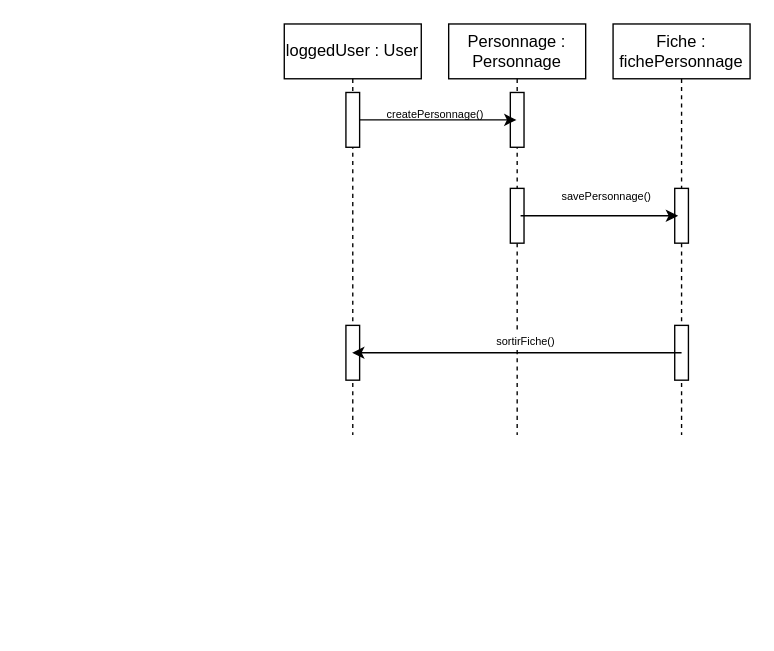
The draw.io diagram page "Sequence Diagram" (4 of 4) of coo_tp1_cas_utilisation.drawio in liestig/coo_ap5_tp, before the edit. Source tidied: cells renumbered, new cells numbered last; positions are measured from the earlier drawing's top-left corner, leaving out a move shared by most shapes. Both pictures are drawn from the tidied source at 137%, with x=0, y=0 at pixel (284, 23).
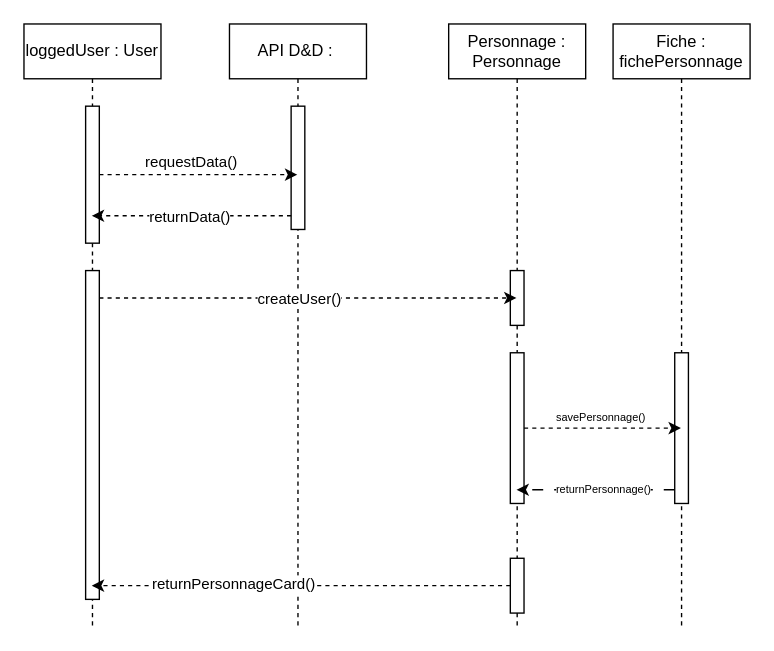
Above is the later version.

Diff of the diagram source:
```diff
@@
     <mxCell id="2" value="loggedUser : User" style="shape=umlLifeline;perimeter=lifelinePerimeter;whiteSpace=wrap;html=1;outlineConnect=0;portConstraint=eastwest;newEdgeStyle={&quot;edgeStyle&quot;:&quot;elbowEdgeStyle&quot;,&quot;elbow&quot;:&quot;vertical&quot;,&quot;curved&quot;:0,&quot;rounded&quot;:0};" parent="1" vertex="1">
-      <mxGeometry width="100" height="300" as="geometry" />
+      <mxGeometry x="-190" width="100" height="440" as="geometry" />
     </mxCell>
     <mxCell id="3" style="html=1;points=[[0,0,0,0,5],[0,1,0,0,-5],[1,0,0,0,5],[1,1,0,0,-5]];perimeter=orthogonalPerimeter;outlineConnect=0;targetShapes=umlLifeline;portConstraint=eastwest;newEdgeStyle={&quot;curved&quot;:0,&quot;rounded&quot;:0};" parent="2" vertex="1">
-      <mxGeometry x="45" y="50" width="10" height="40" as="geometry" />
+      <mxGeometry x="45" y="60" width="10" height="100" as="geometry" />
     </mxCell>
     <mxCell id="4" style="html=1;points=[[0,0,0,0,5],[0,1,0,0,-5],[1,0,0,0,5],[1,1,0,0,-5]];perimeter=orthogonalPerimeter;outlineConnect=0;targetShapes=umlLifeline;portConstraint=eastwest;newEdgeStyle={&quot;curved&quot;:0,&quot;rounded&quot;:0};" parent="2" vertex="1">
-      <mxGeometry x="45" y="220" width="10" height="40" as="geometry" />
+      <mxGeometry x="45" y="180" width="10" height="240" as="geometry" />
     </mxCell>
     <mxCell id="5" value="Personnage : Personnage" style="shape=umlLifeline;perimeter=lifelinePerimeter;whiteSpace=wrap;html=1;outlineConnect=0;portConstraint=eastwest;newEdgeStyle={&quot;edgeStyle&quot;:&quot;elbowEdgeStyle&quot;,&quot;elbow&quot;:&quot;vertical&quot;,&quot;curved&quot;:0,&quot;rounded&quot;:0};" parent="1" vertex="1">
-      <mxGeometry x="120" width="100" height="300" as="geometry" />
+      <mxGeometry x="120" width="100" height="440" as="geometry" />
     </mxCell>
-    <mxCell id="6" style="html=1;perimeter=orthogonalPerimeter;targetShapes=umlLifeline;newEdgeStyle={&quot;curved&quot;:0,&quot;rounded&quot;:0};" parent="5" vertex="1">
-      <mxGeometry x="45" y="50" width="10" height="40" as="geometry" />
-    </mxCell>
     <mxCell id="7" style="html=1;points=[[0,0,0,0,5],[0,1,0,0,-5],[1,0,0,0,5],[1,1,0,0,-5]];perimeter=orthogonalPerimeter;outlineConnect=0;targetShapes=umlLifeline;portConstraint=eastwest;newEdgeStyle={&quot;curved&quot;:0,&quot;rounded&quot;:0};" parent="5" vertex="1">
-      <mxGeometry x="45" y="120" width="10" height="40" as="geometry" />
+      <mxGeometry x="45" y="240" width="10" height="110" as="geometry" />
     </mxCell>
+    <mxCell id="17" style="html=1;perimeter=orthogonalPerimeter;targetShapes=umlLifeline;newEdgeStyle={&quot;curved&quot;:0,&quot;rounded&quot;:0};" parent="5" vertex="1">
+      <mxGeometry x="45" y="180" width="10" height="40" as="geometry" />
+    </mxCell>
+    <mxCell id="18" style="html=1;points=[[0,0,0,0,5],[0,1,0,0,-5],[1,0,0,0,5],[1,1,0,0,-5]];perimeter=orthogonalPerimeter;outlineConnect=0;targetShapes=umlLifeline;portConstraint=eastwest;newEdgeStyle={&quot;curved&quot;:0,&quot;rounded&quot;:0};" parent="5" vertex="1">
+      <mxGeometry x="45" y="390" width="10" height="40" as="geometry" />
+    </mxCell>
     <mxCell id="8" value="Fiche : fichePersonnage" style="shape=umlLifeline;perimeter=lifelinePerimeter;whiteSpace=wrap;html=1;outlineConnect=0;portConstraint=eastwest;newEdgeStyle={&quot;edgeStyle&quot;:&quot;elbowEdgeStyle&quot;,&quot;elbow&quot;:&quot;vertical&quot;,&quot;curved&quot;:0,&quot;rounded&quot;:0};" parent="1" vertex="1">
-      <mxGeometry x="240" width="100" height="300" as="geometry" />
+      <mxGeometry x="240" width="100" height="440" as="geometry" />
     </mxCell>
     <mxCell id="9" style="html=1;perimeter=orthogonalPerimeter;targetShapes=umlLifeline;newEdgeStyle={&quot;curved&quot;:0,&quot;rounded&quot;:0};" parent="8" vertex="1">
-      <mxGeometry x="45" y="220" width="10" height="40" as="geometry" />
+      <mxGeometry x="45" y="240" width="10" height="110" as="geometry" />
     </mxCell>
-    <mxCell id="10" style="html=1;perimeter=orthogonalPerimeter;targetShapes=umlLifeline;newEdgeStyle={&quot;curved&quot;:0,&quot;rounded&quot;:0};" parent="8" vertex="1">
-      <mxGeometry x="45" y="120" width="10" height="40" as="geometry" />
-    </mxCell>
-    <mxCell id="11" style="edgeStyle=orthogonalEdgeStyle;rounded=0;jettySize=auto;html=1;curved=0;" parent="1" edge="1" source="3" target="5">
-      <mxGeometry relative="1" as="geometry">
-        <Array as="points">
-          <mxPoint x="130" y="70" />
-          <mxPoint x="130" y="70" />
-        </Array>
-      </mxGeometry>
-    </mxCell>
-    <mxCell id="12" value="&lt;font style=&quot;font-size: 8px;&quot;&gt;createPersonnage()&lt;/font&gt;" style="text;html=1;align=center;verticalAlign=middle;strokeColor=none;fillColor=none;" parent="1" vertex="1">
-      <mxGeometry x="65" y="50" width="90" height="30" as="geometry" />
-    </mxCell>
-    <mxCell id="13" style="edgeStyle=orthogonalEdgeStyle;rounded=0;orthogonalLoop=1;jettySize=auto;html=1;curved=0;" parent="1" edge="1">
-      <mxGeometry relative="1" as="geometry">
-        <mxPoint x="290" y="240" as="sourcePoint" />
-        <mxPoint x="49.5" y="240" as="targetPoint" />
-        <Array as="points">
-          <mxPoint x="90" y="240" />
-          <mxPoint x="90" y="240" />
-        </Array>
-      </mxGeometry>
-    </mxCell>
-    <mxCell id="14" value="&lt;span style=&quot;font-size: 8px;&quot;&gt;sortirFiche()&lt;/span&gt;" style="edgeLabel;html=1;align=center;verticalAlign=middle;" parent="13" vertex="1">
-      <mxGeometry x="-0.13" y="-1" relative="1" as="geometry">
-        <mxPoint x="-10" y="-9" as="offset" />
-      </mxGeometry>
-    </mxCell>
+    <mxCell id="19" value="API D&amp;amp;D :&amp;nbsp;" style="shape=umlLifeline;perimeter=lifelinePerimeter;whiteSpace=wrap;html=1;outlineConnect=0;portConstraint=eastwest;newEdgeStyle={&quot;edgeStyle&quot;:&quot;elbowEdgeStyle&quot;,&quot;elbow&quot;:&quot;vertical&quot;,&quot;curved&quot;:0,&quot;rounded&quot;:0};" parent="1" vertex="1">
+      <mxGeometry x="-40" width="100" height="440" as="geometry" />
+    </mxCell>
+    <mxCell id="20" style="html=1;perimeter=orthogonalPerimeter;targetShapes=umlLifeline;newEdgeStyle={&quot;curved&quot;:0,&quot;rounded&quot;:0};" parent="19" vertex="1">
+      <mxGeometry x="45" y="60" width="10" height="90" as="geometry" />
+    </mxCell>
+    <mxCell id="21" style="edgeStyle=orthogonalEdgeStyle;rounded=0;jettySize=auto;html=1;curved=0;dashed=1;" parent="1" edge="1" source="3" target="19">
+      <mxGeometry relative="1" as="geometry">
+        <Array as="points">
+          <mxPoint x="-40" y="80" />
+          <mxPoint x="-40" y="80" />
+        </Array>
+      </mxGeometry>
+    </mxCell>
+    <mxCell id="22" value="requestData()" style="edgeLabel;html=1;align=center;verticalAlign=middle;" parent="21" vertex="1">
+      <mxGeometry x="-0.27" y="4" relative="1" as="geometry">
+        <mxPoint x="13" y="-6" as="offset" />
+      </mxGeometry>
+    </mxCell>
+    <mxCell id="23" style="edgeStyle=orthogonalEdgeStyle;rounded=0;jettySize=auto;html=1;curved=0;dashed=1;" parent="1" edge="1" target="2">
+      <mxGeometry relative="1" as="geometry">
+        <mxPoint x="5" y="140" as="sourcePoint" />
+        <Array as="points">
+          <mxPoint x="-90" y="140" />
+          <mxPoint x="-90" y="140" />
+        </Array>
+      </mxGeometry>
+    </mxCell>
+    <mxCell id="24" value="returnData()" style="edgeLabel;html=1;align=center;verticalAlign=middle;" parent="23" vertex="1">
+      <mxGeometry x="0.17" relative="1" as="geometry">
+        <mxPoint x="10" as="offset" />
+      </mxGeometry>
+    </mxCell>
+    <mxCell id="25" style="edgeStyle=orthogonalEdgeStyle;rounded=0;jettySize=auto;html=1;curved=0;dashed=1;" parent="1" edge="1" source="4" target="5">
+      <mxGeometry relative="1" as="geometry">
+        <Array as="points">
+          <mxPoint x="80" y="200" />
+          <mxPoint x="80" y="200" />
+        </Array>
+      </mxGeometry>
+    </mxCell>
+    <mxCell id="26" value="createUser()" style="edgeLabel;html=1;align=center;verticalAlign=middle;" parent="25" vertex="1">
+      <mxGeometry x="0.22" y="-1" relative="1" as="geometry">
+        <mxPoint x="-41" y="-1" as="offset" />
+      </mxGeometry>
+    </mxCell>
+    <mxCell id="27" style="edgeStyle=orthogonalEdgeStyle;rounded=0;jettySize=auto;html=1;curved=0;dashed=1;" parent="1" edge="1" source="7" target="8">
+      <mxGeometry relative="1" as="geometry">
+        <Array as="points">
+          <mxPoint x="240" y="260" />
+          <mxPoint x="240" y="260" />
+        </Array>
+      </mxGeometry>
+    </mxCell>
-    <mxCell id="15" value="&lt;span style=&quot;font-size: 8px;&quot;&gt;savePersonnage()&lt;/span&gt;" style="text;html=1;align=center;verticalAlign=middle;strokeColor=none;fillColor=none;" parent="1" vertex="1">
-      <mxGeometry x="190" y="110" width="90" height="30" as="geometry" />
+    <mxCell id="15" value="&lt;font style=&quot;font-size: 8px;&quot;&gt;savePersonnage()&lt;/font&gt;" style="edgeLabel;html=1;align=center;verticalAlign=middle;" parent="27" vertex="1">
+      <mxGeometry x="0.24" y="-2" relative="1" as="geometry">
+        <mxPoint x="-16" y="-12" as="offset" />
+      </mxGeometry>
     </mxCell>
-    <mxCell id="16" style="edgeStyle=orthogonalEdgeStyle;rounded=0;orthogonalLoop=1;jettySize=auto;html=1;curved=0;" parent="1" edge="1">
-      <mxGeometry relative="1" as="geometry">
-        <mxPoint x="172.5" y="140" as="sourcePoint" />
-        <mxPoint x="287.5" y="140" as="targetPoint" />
-        <Array as="points">
-          <mxPoint x="247.5" y="140" />
-          <mxPoint x="247.5" y="140" />
-        </Array>
-      </mxGeometry>
-    </mxCell>
+    <mxCell id="28" style="edgeStyle=orthogonalEdgeStyle;rounded=0;jettySize=auto;html=1;curved=0;dashed=1;dashPattern=8 8;" parent="1" edge="1" target="5">
+      <mxGeometry relative="1" as="geometry">
+        <mxPoint x="285" y="340" as="sourcePoint" />
+        <Array as="points">
+          <mxPoint x="210" y="340" />
+          <mxPoint x="210" y="340" />
+        </Array>
+      </mxGeometry>
+    </mxCell>
+    <mxCell id="29" value="&lt;font style=&quot;font-size: 8px;&quot;&gt;returnPersonnage()&lt;/font&gt;" style="edgeLabel;html=1;align=center;verticalAlign=middle;" parent="28" vertex="1">
+      <mxGeometry x="-0.09" y="-2" relative="1" as="geometry" />
+    </mxCell>
+    <mxCell id="30" style="edgeStyle=orthogonalEdgeStyle;rounded=0;jettySize=auto;html=1;curved=0;dashed=1;" parent="1" edge="1" source="18" target="2">
+      <mxGeometry relative="1" as="geometry">
+        <Array as="points">
+          <mxPoint x="-80" y="410" />
+          <mxPoint x="-80" y="410" />
+        </Array>
+      </mxGeometry>
+    </mxCell>
+    <mxCell id="31" value="returnPersonnageCard()" style="edgeLabel;html=1;align=center;verticalAlign=middle;" parent="30" vertex="1">
+      <mxGeometry x="0.33" y="-2" relative="1" as="geometry" />
+    </mxCell>
```
